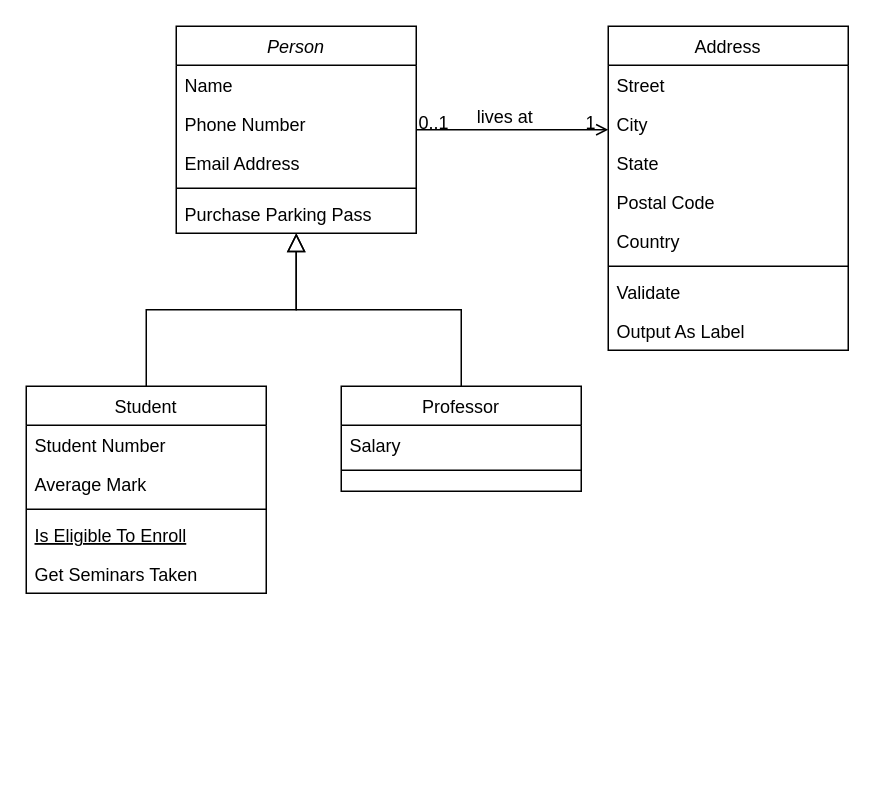
The draw.io diagram class-diagram.drawio in AyushKrSingh000/Software-Engineering, before the edit. Source tidied: cells renumbered, new cells numbered last; positions are measured from the earlier drawing's top-left corner, leaving out a move shared by most shapes. Both pictures are drawn from the tidied source at 150%, with x=0, y=0 at pixel (26, 26).
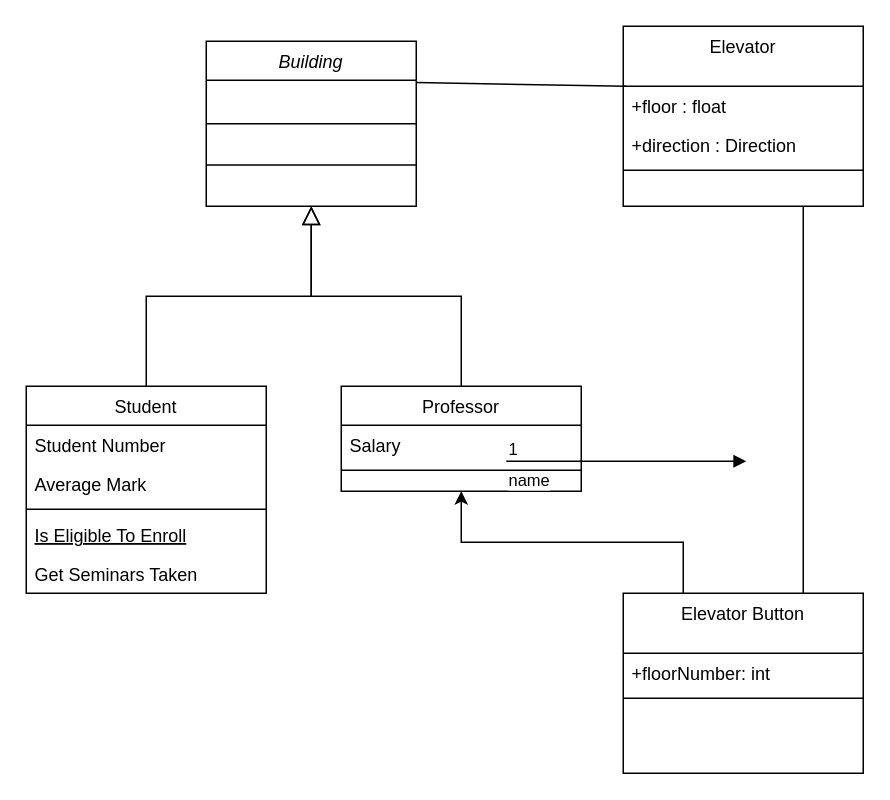
After the change.

Unchanged cells that the change refers to:
```xml
<mxCell id="15" value="Professor" style="swimlane;fontStyle=0;align=center;verticalAlign=top;horizontal=1;startSize=26;rounded=0;shadow=0;strokeWidth=1;" parent="1" vertex="1">
  <mxGeometry x="210" y="240" width="160" height="70" as="geometry" />
</mxCell>
```

The edit, as a diff of the source:
```diff
@@
-    <mxCell id="2" value="Person" style="swimlane;fontStyle=2;align=center;verticalAlign=top;horizontal=1;startSize=26;rounded=0;shadow=0;strokeWidth=1;" parent="1" vertex="1">
-      <mxGeometry x="100" width="160" height="138" as="geometry" />
+    <mxCell id="2" value="Building" style="swimlane;fontStyle=2;align=center;verticalAlign=top;horizontal=1;startSize=26;rounded=0;shadow=0;strokeWidth=1;" parent="1" vertex="1">
+      <mxGeometry x="120" y="10" width="140" height="110" as="geometry" />
     </mxCell>
-    <mxCell id="3" value="Name" style="text;align=left;verticalAlign=top;spacingLeft=4;spacingRight=4;overflow=hidden;" parent="2" vertex="1">
-      <mxGeometry y="26" width="160" height="26" as="geometry" />
-    </mxCell>
-    <mxCell id="4" value="Phone Number" style="text;align=left;verticalAlign=top;spacingLeft=4;spacingRight=4;overflow=hidden;rounded=0;shadow=0;html=0;" parent="2" vertex="1">
-      <mxGeometry y="52" width="160" height="26" as="geometry" />
-    </mxCell>
-    <mxCell id="5" value="Email Address" style="text;align=left;verticalAlign=top;spacingLeft=4;spacingRight=4;overflow=hidden;rounded=0;shadow=0;html=0;" parent="2" vertex="1">
-      <mxGeometry y="78" width="160" height="26" as="geometry" />
-    </mxCell>
-    <mxCell id="6" style="line;html=1;strokeWidth=1;align=left;verticalAlign=middle;spacingTop=-1;spacingLeft=3;spacingRight=3;labelPosition=right;" parent="2" vertex="1">
-      <mxGeometry y="104" width="160" height="8" as="geometry" />
-    </mxCell>
-    <mxCell id="7" value="Purchase Parking Pass" style="text;align=left;verticalAlign=top;spacingLeft=4;spacingRight=4;overflow=hidden;" parent="2" vertex="1">
-      <mxGeometry y="112" width="160" height="26" as="geometry" />
-    </mxCell>
@@
-    <mxCell id="19" value="Address" style="swimlane;fontStyle=0;align=center;verticalAlign=top;horizontal=1;startSize=26;rounded=0;shadow=0;strokeWidth=1;" parent="1" vertex="1">
-      <mxGeometry x="388" width="160" height="216" as="geometry" />
+    <mxCell id="19" value="Elevator" style="swimlane;fontStyle=0;align=center;verticalAlign=top;horizontal=1;startSize=40;rounded=0;shadow=0;strokeWidth=1;" parent="1" vertex="1">
+      <mxGeometry x="398" width="160" height="120" as="geometry" />
     </mxCell>
-    <mxCell id="20" value="Street" style="text;align=left;verticalAlign=top;spacingLeft=4;spacingRight=4;overflow=hidden;points=[[0,0.5],[1,0.5]];portConstraint=eastwest;" parent="19" vertex="1">
-      <mxGeometry y="26" width="160" height="26" as="geometry" />
+    <mxCell id="20" value="+floor : float" style="text;align=left;verticalAlign=top;spacingLeft=4;spacingRight=4;overflow=hidden;points=[[0,0.5],[1,0.5]];portConstraint=eastwest;" parent="19" vertex="1">
+      <mxGeometry y="40" width="160" height="26" as="geometry" />
     </mxCell>
-    <mxCell id="21" value="City" style="text;align=left;verticalAlign=top;spacingLeft=4;spacingRight=4;overflow=hidden;rounded=0;shadow=0;html=0;" parent="19" vertex="1">
-      <mxGeometry y="52" width="160" height="26" as="geometry" />
-    </mxCell>
-    <mxCell id="22" value="State" style="text;align=left;verticalAlign=top;spacingLeft=4;spacingRight=4;overflow=hidden;rounded=0;shadow=0;html=0;" parent="19" vertex="1">
-      <mxGeometry y="78" width="160" height="26" as="geometry" />
-    </mxCell>
-    <mxCell id="23" value="Postal Code" style="text;align=left;verticalAlign=top;spacingLeft=4;spacingRight=4;overflow=hidden;rounded=0;shadow=0;html=0;" parent="19" vertex="1">
-      <mxGeometry y="104" width="160" height="26" as="geometry" />
-    </mxCell>
-    <mxCell id="24" value="Country" style="text;align=left;verticalAlign=top;spacingLeft=4;spacingRight=4;overflow=hidden;rounded=0;shadow=0;html=0;" parent="19" vertex="1">
-      <mxGeometry y="130" width="160" height="26" as="geometry" />
+    <mxCell id="24" value="+direction : Direction" style="text;align=left;verticalAlign=top;spacingLeft=4;spacingRight=4;overflow=hidden;rounded=0;shadow=0;html=0;" parent="19" vertex="1">
+      <mxGeometry y="66" width="160" height="26" as="geometry" />
     </mxCell>
     <mxCell id="25" style="line;html=1;strokeWidth=1;align=left;verticalAlign=middle;spacingTop=-1;spacingLeft=3;spacingRight=3;labelPosition=right;" parent="19" vertex="1">
-      <mxGeometry y="156" width="160" height="8" as="geometry" />
+      <mxGeometry y="92" width="160" height="8" as="geometry" />
     </mxCell>
-    <mxCell id="26" value="Validate" style="text;align=left;verticalAlign=top;spacingLeft=4;spacingRight=4;overflow=hidden;" parent="19" vertex="1">
-      <mxGeometry y="164" width="160" height="26" as="geometry" />
-    </mxCell>
-    <mxCell id="27" value="Output As Label" style="text;align=left;verticalAlign=top;spacingLeft=4;spacingRight=4;overflow=hidden;" parent="19" vertex="1">
-      <mxGeometry y="190" width="160" height="26" as="geometry" />
-    </mxCell>
-    <mxCell id="28" style="endArrow=open;shadow=0;strokeWidth=1;rounded=0;endFill=1;edgeStyle=elbowEdgeStyle;elbow=vertical;" parent="1" edge="1" source="2" target="19">
-      <mxGeometry x="0.5" y="41" relative="1" as="geometry">
-        <mxPoint x="-40" y="32" as="offset" />
-      </mxGeometry>
-    </mxCell>
-    <mxCell id="29" value="0..1" style="align=left;verticalAlign=bottom;labelBackgroundColor=none;fontSize=12;" parent="28" vertex="1">
-      <mxGeometry x="-1" relative="1" as="geometry">
-        <mxPoint y="4" as="offset" />
-      </mxGeometry>
-    </mxCell>
+    <mxCell id="32" style="endArrow=none;html=1;rounded=0;entryX=1;entryY=0.75;entryDx=0;entryDy=0;exitX=0;exitY=0.75;exitDx=0;exitDy=0;" parent="1" edge="1" source="2" target="2">
+      <mxGeometry relative="1" as="geometry" />
+    </mxCell>
+    <mxCell id="33" style="endArrow=none;html=1;rounded=0;entryX=1;entryY=0.5;entryDx=0;entryDy=0;exitX=0;exitY=0.5;exitDx=0;exitDy=0;" parent="1" edge="1" source="2" target="2">
+      <mxGeometry relative="1" as="geometry" />
+    </mxCell>
+    <mxCell id="34" style="endArrow=none;html=1;rounded=0;exitX=1;exitY=0.25;exitDx=0;exitDy=0;entryX=0.012;entryY=0.003;entryDx=0;entryDy=0;entryPerimeter=0;" parent="1" edge="1" source="2" target="20">
+      <mxGeometry relative="1" as="geometry" />
+    </mxCell>
+    <mxCell id="35" style="edgeStyle=orthogonalEdgeStyle;rounded=0;jettySize=auto;html=1;exitX=0.25;exitY=0;exitDx=0;exitDy=0;entryX=0.5;entryY=1;entryDx=0;entryDy=0;" parent="1" edge="1" source="36" target="15">
+      <mxGeometry relative="1" as="geometry" />
+    </mxCell>
+    <mxCell id="36" value="Elevator Button" style="swimlane;fontStyle=0;align=center;verticalAlign=top;horizontal=1;startSize=40;rounded=0;shadow=0;strokeWidth=1;" parent="1" vertex="1">
+      <mxGeometry x="398" y="378" width="160" height="120" as="geometry" />
+    </mxCell>
+    <mxCell id="37" value="+floorNumber: int" style="text;align=left;verticalAlign=top;spacingLeft=4;spacingRight=4;overflow=hidden;" parent="36" vertex="1">
+      <mxGeometry y="40" width="160" height="26" as="geometry" />
+    </mxCell>
+    <mxCell id="38" style="line;html=1;strokeWidth=1;align=left;verticalAlign=middle;spacingTop=-1;spacingLeft=3;spacingRight=3;labelPosition=right;" parent="36" vertex="1">
+      <mxGeometry y="66" width="160" height="8" as="geometry" />
+    </mxCell>
+    <mxCell id="39" style="endArrow=none;html=1;rounded=0;entryX=0.75;entryY=1;entryDx=0;entryDy=0;exitX=0.75;exitY=0;exitDx=0;exitDy=0;" parent="1" edge="1" source="36" target="19">
+      <mxGeometry relative="1" as="geometry" />
+    </mxCell>
+    <mxCell id="40" value="name" style="endArrow=block;endFill=1;html=1;edgeStyle=orthogonalEdgeStyle;align=left;verticalAlign=top;rounded=0;" parent="1" edge="1">
+      <mxGeometry x="-1" relative="1" as="geometry">
+        <mxPoint x="320" y="290" as="sourcePoint" />
+        <mxPoint x="480" y="290" as="targetPoint" />
+      </mxGeometry>
+    </mxCell>
-    <mxCell id="30" value="1" style="align=right;verticalAlign=bottom;labelBackgroundColor=none;fontSize=12;" parent="28" vertex="1">
-      <mxGeometry x="1" relative="1" as="geometry">
-        <mxPoint x="-7" y="4" as="offset" />
-      </mxGeometry>
+    <mxCell id="30" value="1" style="edgeLabel;html=1;align=left;verticalAlign=bottom;" parent="40" vertex="1">
+      <mxGeometry x="-1" relative="1" as="geometry" />
     </mxCell>
-    <mxCell id="31" value="lives at" style="text;html=1;align=center;verticalAlign=middle;labelBackgroundColor=none;rounded=0;shadow=0;strokeWidth=1;fontSize=12;" parent="28" vertex="1">
-      <mxGeometry x="0.5" y="49" relative="1" as="geometry">
-        <mxPoint x="-38" y="40" as="offset" />
-      </mxGeometry>
-    </mxCell>
```
